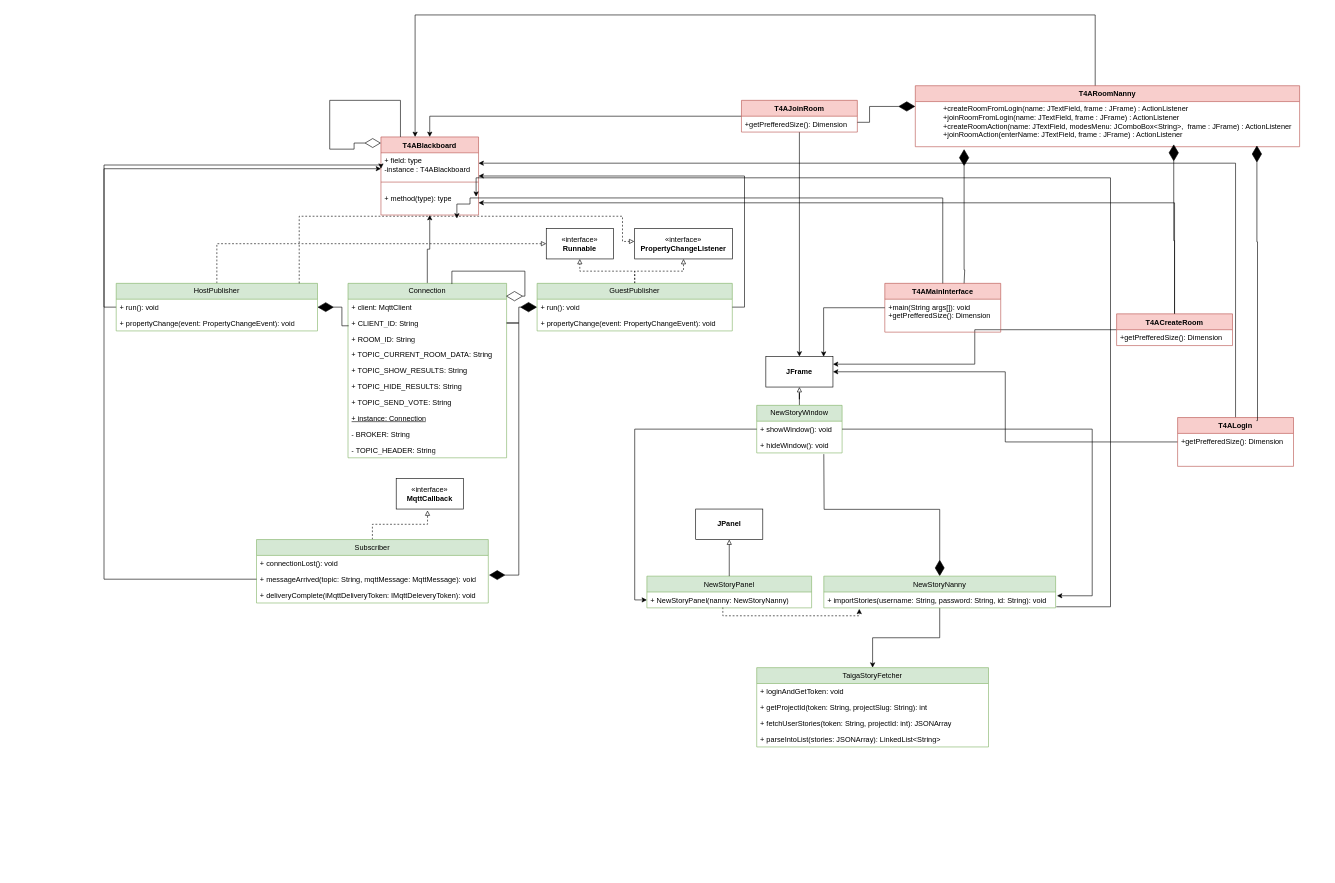
owen-mcmanus/A5-Poker keeps this draw.io diagram as PlanItPoker.drawio. Above is the earlier version. Source tidied: cells renumbered, new cells numbered last; positions are measured from the earlier drawing's top-left corner, leaving out a move shared by most shapes. Both pictures are drawn from the tidied source at 61%, with x=0, y=0 at pixel (104, 15).
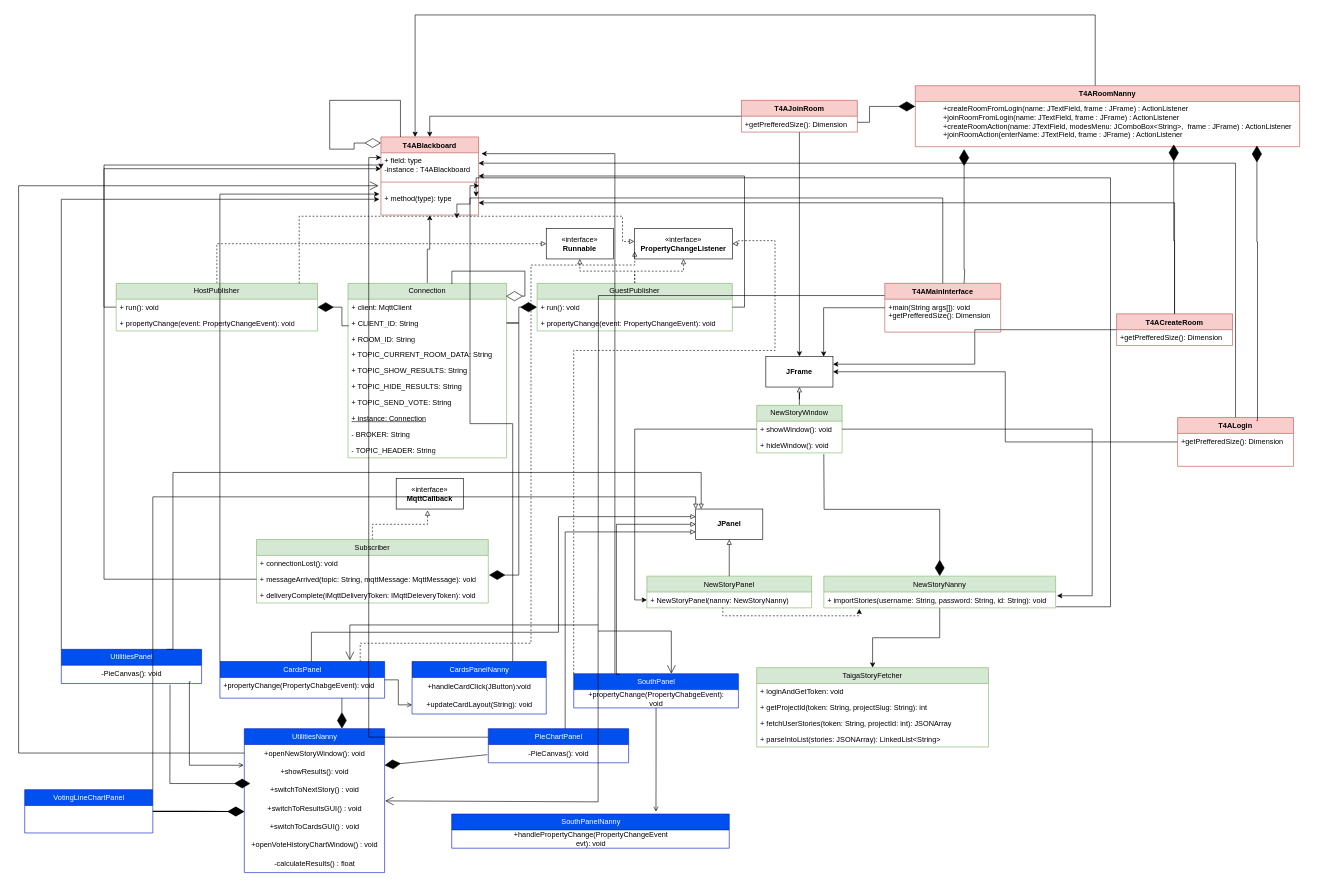
The same diagram, later.

The change refers to these unchanged cells:
```xml
<mxCell id="21" value="«interface»&lt;br&gt;&lt;b&gt;PropertyChangeListener&lt;/b&gt;" style="html=1;whiteSpace=wrap;" parent="1" vertex="1">
  <mxGeometry x="870" y="350" width="160" height="50" as="geometry" />
</mxCell>
<mxCell id="37" value="+ field: type&lt;div&gt;-instance : T4ABlackboard&lt;/div&gt;" style="text;strokeColor=none;fillColor=none;align=left;verticalAlign=top;spacingLeft=4;spacingRight=4;overflow=hidden;points=[[0,0.5],[1,0.5]];portConstraint=eastwest;whiteSpace=wrap;html=1;" parent="36" vertex="1">
  <mxGeometry y="26" width="160" height="34" as="geometry" />
</mxCell>
<mxCell id="39" value="+ method(type): type" style="text;strokeColor=none;fillColor=none;align=left;verticalAlign=top;spacingLeft=4;spacingRight=4;overflow=hidden;points=[[0,0.5],[1,0.5]];portConstraint=eastwest;whiteSpace=wrap;html=1;" parent="36" vertex="1">
  <mxGeometry y="88" width="160" height="40" as="geometry" />
</mxCell>
<mxCell id="54" value="&lt;div&gt;&lt;b&gt;JPanel&lt;/b&gt;&lt;/div&gt;" style="html=1;whiteSpace=wrap;" parent="1" vertex="1">
  <mxGeometry x="970" y="810" width="110" height="50" as="geometry" />
</mxCell>
<mxCell id="78" value="T4AMainInterface" style="swimlane;fontStyle=1;align=center;verticalAlign=top;horizontal=1;startSize=26;whiteSpace=wrap;html=1;fillColor=#f8cecc;strokeColor=#b85450;" parent="1" vertex="1">
  <mxGeometry x="1280" y="440" width="190" height="80" as="geometry" />
</mxCell>
```

The edit, as a diff of the source:
```diff
@@
+    <mxCell id="89" style="edgeStyle=orthogonalEdgeStyle;rounded=0;jettySize=auto;html=1;exitX=0;exitY=0.25;exitDx=0;exitDy=0;endArrow=none;startFill=0;" parent="1" edge="1" source="78">
+      <mxGeometry relative="1" as="geometry">
+        <mxPoint x="810" y="1050" as="targetPoint" />
+      </mxGeometry>
+    </mxCell>
@@
+    <mxCell id="90" style="edgeStyle=orthogonalEdgeStyle;rounded=0;jettySize=auto;html=1;entryX=0;entryY=0.25;entryDx=0;entryDy=0;endArrow=block;endFill=0;" parent="1" edge="1" target="54">
+      <mxGeometry relative="1" as="geometry">
+        <mxPoint x="340" y="1060" as="sourcePoint" />
+        <Array as="points">
+          <mxPoint x="340" y="1012" />
+          <mxPoint x="745" y="1012" />
+          <mxPoint x="745" y="823" />
+        </Array>
+      </mxGeometry>
+    </mxCell>
+    <mxCell id="91" style="edgeStyle=orthogonalEdgeStyle;rounded=0;jettySize=auto;html=1;endArrow=block;endFill=0;dashed=1;entryX=0;entryY=0.75;entryDx=0;entryDy=0;" parent="1" edge="1" target="21">
+      <mxGeometry relative="1" as="geometry">
+        <mxPoint x="420" y="1060" as="sourcePoint" />
+        <Array as="points">
+          <mxPoint x="420" y="1030" />
+          <mxPoint x="700" y="1030" />
+          <mxPoint x="700" y="410" />
+          <mxPoint x="870" y="410" />
+        </Array>
+      </mxGeometry>
+    </mxCell>
+    <mxCell id="92" style="edgeStyle=orthogonalEdgeStyle;rounded=0;jettySize=auto;html=1;endArrow=open;endFill=0;" parent="1" edge="1" source="93" target="98">
+      <mxGeometry relative="1" as="geometry" />
+    </mxCell>
+    <mxCell id="93" value="CardsPanel" style="swimlane;fontStyle=0;horizontal=1;startSize=26;fillColor=#0050ef;html=1;fontColor=#ffffff;strokeColor=#001DBC;" parent="1" vertex="1">
+      <mxGeometry x="190" y="1060" width="270" height="60" as="geometry" />
+    </mxCell>
+    <mxCell id="94" value="+propertyChange(PropertyChabgeEvent): void" style="text;strokeColor=none;fillColor=none;align=left;verticalAlign=top;spacingLeft=4;spacingRight=4;overflow=hidden;whiteSpace=wrap;html=1;" parent="93" vertex="1">
+      <mxGeometry y="26" width="270" height="34" as="geometry" />
+    </mxCell>
+    <mxCell id="95" style="edgeStyle=orthogonalEdgeStyle;rounded=0;jettySize=auto;html=1;exitX=0.75;exitY=0;exitDx=0;exitDy=0;" parent="1" edge="1" source="96">
+      <mxGeometry relative="1" as="geometry">
+        <mxPoint x="615" y="280" as="targetPoint" />
+        <Array as="points">
+          <mxPoint x="670" y="670" />
+          <mxPoint x="600" y="670" />
+          <mxPoint x="600" y="280" />
+        </Array>
+      </mxGeometry>
+    </mxCell>
+    <mxCell id="96" value="CardsPanelNanny" style="swimlane;fontStyle=0;horizontal=1;startSize=26;fillColor=#0050ef;html=1;fontColor=#ffffff;strokeColor=#001DBC;" parent="1" vertex="1">
+      <mxGeometry x="505" y="1060" width="220" height="86" as="geometry" />
+    </mxCell>
+    <mxCell id="97" value="+handleCardClick(JButton):void" style="text;html=1;align=center;verticalAlign=middle;strokeColor=none;fillColor=none;" parent="96" vertex="1">
+      <mxGeometry y="26" width="220" height="30" as="geometry" />
+    </mxCell>
+    <mxCell id="98" value="+updateCardLayout(String): void" style="text;html=1;align=center;verticalAlign=middle;points=[];strokeColor=none;fillColor=none;" parent="96" vertex="1">
+      <mxGeometry y="56" width="220" height="30" as="geometry" />
+    </mxCell>
+    <mxCell id="99" style="edgeStyle=orthogonalEdgeStyle;rounded=0;jettySize=auto;html=1;exitX=0.5;exitY=0;exitDx=0;exitDy=0;entryX=0;entryY=0.75;entryDx=0;entryDy=0;endArrow=block;endFill=0;" parent="1" edge="1" target="54">
+      <mxGeometry relative="1" as="geometry">
+        <mxPoint x="756" y="1190" as="sourcePoint" />
+        <Array as="points">
+          <mxPoint x="756" y="848" />
+        </Array>
+      </mxGeometry>
+    </mxCell>
+    <mxCell id="100" value="PieChartPanel" style="swimlane;fontStyle=0;horizontal=1;startSize=26;fillColor=#0050ef;html=1;fontColor=#ffffff;strokeColor=#001DBC;" parent="1" vertex="1">
+      <mxGeometry x="630" y="1170" width="230" height="56" as="geometry" />
+    </mxCell>
+    <mxCell id="101" value="-PieCanvas(): void" style="text;html=1;align=center;verticalAlign=middle;points=[];strokeColor=none;fillColor=none;" parent="100" vertex="1">
+      <mxGeometry y="26" width="230" height="30" as="geometry" />
+    </mxCell>
+    <mxCell id="102" value="SouthPanel" style="swimlane;fontStyle=0;horizontal=1;startSize=26;fillColor=#0050ef;html=1;fontColor=#ffffff;strokeColor=#001DBC;" parent="1" vertex="1">
+      <mxGeometry x="770" y="1080" width="270" height="56" as="geometry" />
+    </mxCell>
+    <mxCell id="103" value="&lt;span style=&quot;text-align: left; text-wrap-mode: wrap;&quot;&gt;+propertyChange(PropertyChabgeEvent): void&lt;/span&gt;" style="text;html=1;align=center;verticalAlign=middle;points=[];strokeColor=none;fillColor=none;" parent="102" vertex="1">
+      <mxGeometry y="26" width="270" height="30" as="geometry" />
+    </mxCell>
+    <mxCell id="104" style="edgeStyle=orthogonalEdgeStyle;rounded=0;jettySize=auto;html=1;endArrow=block;endFill=0;exitX=0.278;exitY=0.018;exitDx=0;exitDy=0;entryX=0;entryY=0.5;entryDx=0;entryDy=0;exitPerimeter=0;" parent="1" edge="1" source="102" target="54">
+      <mxGeometry relative="1" as="geometry">
+        <Array as="points">
+          <mxPoint x="840" y="1081" />
+          <mxPoint x="840" y="835" />
+        </Array>
+      </mxGeometry>
+    </mxCell>
+    <mxCell id="105" style="edgeStyle=orthogonalEdgeStyle;rounded=0;jettySize=auto;html=1;dashed=1;endArrow=block;endFill=0;entryX=1;entryY=0.5;entryDx=0;entryDy=0;exitX=0;exitY=0;exitDx=0;exitDy=0;" parent="1" edge="1" source="102" target="21">
+      <mxGeometry relative="1" as="geometry">
+        <Array as="points">
+          <mxPoint x="770" y="550" />
+          <mxPoint x="1100" y="550" />
+          <mxPoint x="1100" y="370" />
+          <mxPoint x="1040" y="370" />
+          <mxPoint x="1040" y="375" />
+        </Array>
+      </mxGeometry>
+    </mxCell>
+    <mxCell id="106" value="SouthPanelNanny" style="swimlane;fontStyle=0;horizontal=1;startSize=26;fillColor=#0050ef;html=1;fontColor=#ffffff;strokeColor=#001DBC;" parent="1" vertex="1">
+      <mxGeometry x="570" y="1310" width="455" height="56" as="geometry" />
+    </mxCell>
+    <mxCell id="107" value="&lt;span style=&quot;text-align: left; text-wrap-mode: wrap;&quot;&gt;+&lt;/span&gt;&lt;span style=&quot;text-wrap-mode: wrap;&quot;&gt;handlePropertyChange(PropertyChangeEvent evt): void&lt;/span&gt;" style="text;html=1;align=center;verticalAlign=middle;strokeColor=none;fillColor=none;" parent="106" vertex="1">
+      <mxGeometry y="26" width="455" height="30" as="geometry" />
+    </mxCell>
+    <mxCell id="108" style="edgeStyle=orthogonalEdgeStyle;rounded=0;jettySize=auto;html=1;entryX=0.736;entryY=-0.071;entryDx=0;entryDy=0;entryPerimeter=0;endArrow=open;endFill=0;" parent="1" edge="1" source="103" target="106">
+      <mxGeometry relative="1" as="geometry" />
+    </mxCell>
+    <mxCell id="109" value="UtilitiesPanel" style="swimlane;fontStyle=0;horizontal=1;startSize=26;fillColor=#0050ef;html=1;fontColor=#ffffff;strokeColor=#001DBC;" parent="1" vertex="1">
+      <mxGeometry x="-70" y="1040" width="230" height="56" as="geometry" />
+    </mxCell>
+    <mxCell id="110" style="edgeStyle=orthogonalEdgeStyle;rounded=0;jettySize=auto;html=1;exitX=0.5;exitY=0;exitDx=0;exitDy=0;" parent="1" edge="1" source="111">
+      <mxGeometry relative="1" as="geometry">
+        <mxPoint x="345.2" y="1169.5" as="targetPoint" />
+      </mxGeometry>
+    </mxCell>
+    <mxCell id="111" value="UtilitiesNanny" style="swimlane;fontStyle=0;horizontal=1;startSize=26;fillColor=#0050ef;html=1;fontColor=#ffffff;strokeColor=#001DBC;" parent="1" vertex="1">
+      <mxGeometry x="230" y="1170" width="230" height="236" as="geometry" />
+    </mxCell>
+    <mxCell id="112" value="+openNewStoryWindow(): void" style="text;html=1;align=center;verticalAlign=middle;points=[];strokeColor=none;fillColor=none;" parent="111" vertex="1">
+      <mxGeometry y="26" width="230" height="30" as="geometry" />
+    </mxCell>
+    <mxCell id="113" value="+showResults(): void" style="text;html=1;align=center;verticalAlign=middle;points=[];strokeColor=none;fillColor=none;" parent="111" vertex="1">
+      <mxGeometry y="56" width="230" height="30" as="geometry" />
+    </mxCell>
+    <mxCell id="114" value="+switchToNextStory() : void" style="text;html=1;align=center;verticalAlign=middle;strokeColor=none;fillColor=none;" parent="111" vertex="1">
+      <mxGeometry y="86" width="230" height="30" as="geometry" />
+    </mxCell>
+    <mxCell id="115" value="+switchToResultsGUI() : void" style="text;html=1;align=center;verticalAlign=middle;points=[];strokeColor=none;fillColor=none;" parent="111" vertex="1">
+      <mxGeometry y="116" width="230" height="30" as="geometry" />
+    </mxCell>
+    <mxCell id="116" value="+switchToCardsGUI() : void" style="text;html=1;align=center;verticalAlign=middle;strokeColor=none;fillColor=none;" parent="111" vertex="1">
+      <mxGeometry y="146" width="230" height="30" as="geometry" />
+    </mxCell>
+    <mxCell id="117" value="+openVoteHistoryChartWindow() : void" style="text;html=1;align=center;verticalAlign=middle;strokeColor=none;fillColor=none;" parent="111" vertex="1">
+      <mxGeometry y="176" width="230" height="30" as="geometry" />
+    </mxCell>
+    <mxCell id="118" value="-calculateResults() : float" style="text;html=1;align=center;verticalAlign=middle;strokeColor=none;fillColor=none;" parent="111" vertex="1">
+      <mxGeometry y="206" width="230" height="30" as="geometry" />
+    </mxCell>
+    <mxCell id="119" style="edgeStyle=orthogonalEdgeStyle;rounded=0;jettySize=auto;html=1;exitX=0.75;exitY=0;exitDx=0;exitDy=0;entryX=0.082;entryY=0;entryDx=0;entryDy=0;entryPerimeter=0;endArrow=block;endFill=0;" parent="1" edge="1" source="109" target="54">
+      <mxGeometry relative="1" as="geometry">
+        <Array as="points">
+          <mxPoint x="113" y="750" />
+          <mxPoint x="979" y="750" />
+        </Array>
+      </mxGeometry>
+    </mxCell>
+    <mxCell id="120" style="edgeStyle=orthogonalEdgeStyle;rounded=0;jettySize=auto;html=1;exitX=1;exitY=0;exitDx=0;exitDy=0;entryX=0;entryY=0;entryDx=0;entryDy=0;endArrow=block;endFill=0;" parent="1" edge="1" source="121" target="54">
+      <mxGeometry relative="1" as="geometry" />
+    </mxCell>
+    <mxCell id="121" value="VotingLineChartPanel" style="swimlane;fontStyle=0;horizontal=1;startSize=26;fillColor=#0050ef;html=1;fontColor=#ffffff;strokeColor=#001DBC;" parent="1" vertex="1">
+      <mxGeometry x="-130" y="1270" width="210" height="71" as="geometry" />
+    </mxCell>
+    <mxCell id="122" value="-PieCanvas(): void" style="text;html=1;align=center;verticalAlign=middle;points=[];strokeColor=none;fillColor=none;rotation=0;" parent="1" vertex="1">
+      <mxGeometry x="-70" y="1066" width="230" height="30" as="geometry" />
+    </mxCell>
+    <mxCell id="123" style="edgeStyle=orthogonalEdgeStyle;rounded=0;jettySize=auto;html=1;entryX=-0.004;entryY=0.133;entryDx=0;entryDy=0;entryPerimeter=0;endArrow=open;endFill=0;exitX=0.922;exitY=0.9;exitDx=0;exitDy=0;exitPerimeter=0;" parent="1" edge="1" source="122" target="113">
+      <mxGeometry relative="1" as="geometry">
+        <Array as="points">
+          <mxPoint x="140" y="1093" />
+          <mxPoint x="140" y="1230" />
+        </Array>
+      </mxGeometry>
+    </mxCell>
+    <mxCell id="124" style="edgeStyle=orthogonalEdgeStyle;rounded=0;jettySize=auto;html=1;exitX=1;exitY=0.5;exitDx=0;exitDy=0;entryX=0;entryY=0.667;entryDx=0;entryDy=0;entryPerimeter=0;endArrow=diamondThin;endFill=1;strokeWidth=2;endSize=22;" parent="1" edge="1" source="121" target="115">
+      <mxGeometry relative="1" as="geometry" />
+    </mxCell>
+    <mxCell id="125" style="endArrow=open;endFill=1;endSize=12;html=1;rounded=0;entryX=0.593;entryY=0;entryDx=0;entryDy=0;entryPerimeter=0;" parent="1" edge="1" target="102">
+      <mxGeometry relative="1" as="geometry">
+        <mxPoint x="810" y="1010" as="sourcePoint" />
+        <Array as="points">
+          <mxPoint x="890" y="1010" />
+          <mxPoint x="930" y="1010" />
+        </Array>
+      </mxGeometry>
+    </mxCell>
+    <mxCell id="126" style="endArrow=open;endFill=1;endSize=12;html=1;rounded=0;entryX=0.789;entryY=-0.034;entryDx=0;entryDy=0;entryPerimeter=0;" parent="1" edge="1" target="93">
+      <mxGeometry relative="1" as="geometry">
+        <mxPoint x="810" y="1000" as="sourcePoint" />
+        <Array as="points">
+          <mxPoint x="403" y="1000" />
+        </Array>
+      </mxGeometry>
+    </mxCell>
+    <mxCell id="127" style="endArrow=open;endFill=1;endSize=12;html=1;rounded=0;entryX=1.004;entryY=0.082;entryDx=0;entryDy=0;entryPerimeter=0;" parent="1" edge="1" target="115">
+      <mxGeometry relative="1" as="geometry">
+        <mxPoint x="810" y="1050" as="sourcePoint" />
+        <Array as="points">
+          <mxPoint x="810" y="1290" />
+        </Array>
+      </mxGeometry>
+    </mxCell>
+    <mxCell id="128" style="endArrow=diamondThin;endFill=1;endSize=24;html=1;rounded=0;exitX=0.775;exitY=1.065;exitDx=0;exitDy=0;exitPerimeter=0;" parent="1" edge="1" source="122">
+      <mxGeometry relative="1" as="geometry">
+        <mxPoint x="240" y="1260" as="targetPoint" />
+        <Array as="points">
+          <mxPoint x="108" y="1260" />
+        </Array>
+      </mxGeometry>
+    </mxCell>
+    <mxCell id="129" style="endArrow=diamondThin;endFill=1;endSize=24;html=1;rounded=0;" parent="1" edge="1">
+      <mxGeometry relative="1" as="geometry">
+        <mxPoint x="390" y="1120" as="sourcePoint" />
+        <mxPoint x="390" y="1170" as="targetPoint" />
+      </mxGeometry>
+    </mxCell>
+    <mxCell id="130" style="endArrow=diamondThin;endFill=1;endSize=24;html=1;rounded=0;exitX=-0.007;exitY=0.556;exitDx=0;exitDy=0;exitPerimeter=0;" parent="1" edge="1" source="101">
+      <mxGeometry relative="1" as="geometry">
+        <mxPoint x="460" y="1230" as="targetPoint" />
+      </mxGeometry>
+    </mxCell>
+    <mxCell id="131" style="endArrow=open;endFill=1;endSize=12;html=1;rounded=0;exitX=0;exitY=0.467;exitDx=0;exitDy=0;exitPerimeter=0;" parent="1" edge="1" source="112">
+      <mxGeometry relative="1" as="geometry">
+        <mxPoint x="450" y="280" as="targetPoint" />
+        <Array as="points">
+          <mxPoint x="-140" y="1210" />
+          <mxPoint x="-140" y="280" />
+        </Array>
+      </mxGeometry>
+    </mxCell>
+    <mxCell id="132" style="edgeStyle=orthogonalEdgeStyle;rounded=0;jettySize=auto;html=1;exitX=0;exitY=0;exitDx=0;exitDy=0;entryX=-0.016;entryY=0.354;entryDx=0;entryDy=0;entryPerimeter=0;" parent="1" edge="1" source="109" target="39">
+      <mxGeometry relative="1" as="geometry" />
+    </mxCell>
+    <mxCell id="133" style="edgeStyle=orthogonalEdgeStyle;rounded=0;jettySize=auto;html=1;exitX=0.25;exitY=0;exitDx=0;exitDy=0;entryX=1.03;entryY=0.042;entryDx=0;entryDy=0;entryPerimeter=0;" parent="1" edge="1" source="102" target="37">
+      <mxGeometry relative="1" as="geometry" />
+    </mxCell>
+    <mxCell id="134" style="edgeStyle=orthogonalEdgeStyle;rounded=0;jettySize=auto;html=1;exitX=0;exitY=0.25;exitDx=0;exitDy=0;entryX=0.004;entryY=0.228;entryDx=0;entryDy=0;entryPerimeter=0;" parent="1" edge="1" source="100" target="37">
+      <mxGeometry relative="1" as="geometry" />
+    </mxCell>
+    <mxCell id="135" style="edgeStyle=orthogonalEdgeStyle;rounded=0;jettySize=auto;html=1;exitX=0;exitY=0;exitDx=0;exitDy=0;entryX=-0.016;entryY=0.143;entryDx=0;entryDy=0;entryPerimeter=0;" parent="1" edge="1" source="93" target="39">
+      <mxGeometry relative="1" as="geometry" />
+    </mxCell>
```
